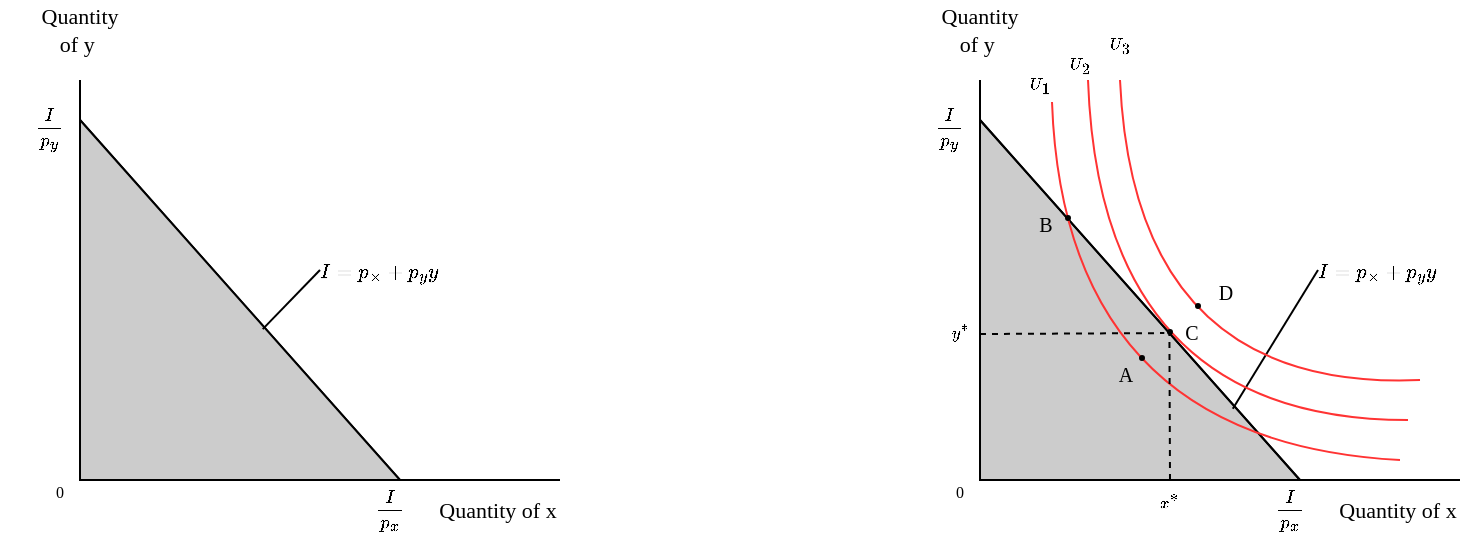
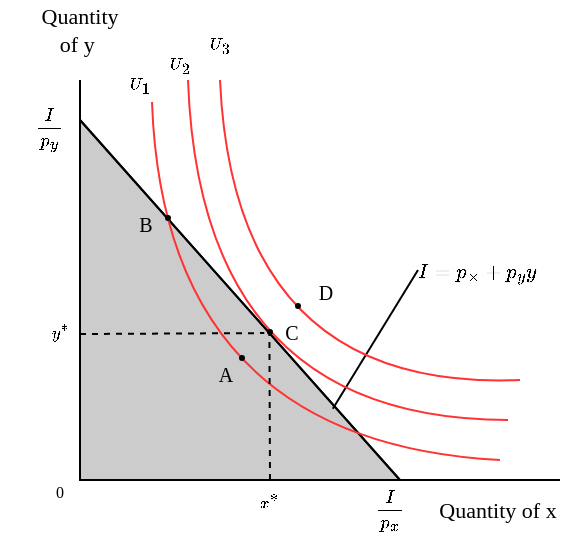
<mxfile host="app.diagrams.net">
  <diagram name="第 1 页" id="rVD2owS_2f3hyvUlyj3O">
    <mxGraphModel dx="553" dy="304" grid="1" gridSize="10" guides="1" tooltips="1" connect="1" arrows="1" fold="1" page="1" pageScale="1" pageWidth="827" pageHeight="1169" math="1" shadow="0">
      <root>
        <mxCell id="0" />
        <mxCell id="1" parent="0" />
-         <mxCell id="XGt2oDZmyKcjc_1oCb_j-1" edge="1" parent="1" style="endArrow=none;html=1;rounded=0;" value="">
-           <mxGeometry height="50" relative="1" width="50" as="geometry">
-             <mxPoint x="160" y="280" as="sourcePoint" />
-             <mxPoint x="400" y="280" as="targetPoint" />
-           </mxGeometry>
-         </mxCell>
-         <mxCell id="XGt2oDZmyKcjc_1oCb_j-2" edge="1" parent="1" style="endArrow=none;html=1;rounded=0;" value="">
-           <mxGeometry height="50" relative="1" width="50" as="geometry">
-             <mxPoint x="160" y="280" as="sourcePoint" />
-             <mxPoint x="160" y="80" as="targetPoint" />
-           </mxGeometry>
-         </mxCell>
-         <mxCell id="XGt2oDZmyKcjc_1oCb_j-3" parent="1" style="text;html=1;whiteSpace=wrap;strokeColor=none;fillColor=none;align=center;verticalAlign=middle;rounded=0;fontSize=11;" value="&lt;font face=&quot;Times New Roman&quot;&gt;Quantity of x&lt;/font&gt;" vertex="1">
-           <mxGeometry height="30" width="80" x="329" y="280" as="geometry" />
-         </mxCell>
-         <mxCell id="XGt2oDZmyKcjc_1oCb_j-4" parent="1" style="text;html=1;whiteSpace=wrap;strokeColor=none;fillColor=none;align=center;verticalAlign=middle;rounded=0;fontSize=11;" value="&lt;font face=&quot;Times New Roman&quot;&gt;Quantity&lt;/font&gt;&lt;div&gt;&lt;font face=&quot;Times New Roman&quot;&gt;of y&amp;nbsp;&lt;/font&gt;&lt;/div&gt;" vertex="1">
-           <mxGeometry height="30" width="80" x="120" y="40" as="geometry" />
-         </mxCell>
-         <mxCell id="XGt2oDZmyKcjc_1oCb_j-5" edge="1" parent="1" style="endArrow=none;html=1;rounded=0;" value="">
-           <mxGeometry height="50" relative="1" width="50" as="geometry">
-             <mxPoint x="160" y="100" as="sourcePoint" />
-             <mxPoint x="320" y="280" as="targetPoint" />
-           </mxGeometry>
-         </mxCell>
-         <mxCell id="XGt2oDZmyKcjc_1oCb_j-7" parent="1" style="verticalLabelPosition=bottom;verticalAlign=top;html=1;shape=mxgraph.basic.orthogonal_triangle;fillColor=#CCCCCC;" value="" vertex="1">
-           <mxGeometry height="180" width="160" x="160" y="100" as="geometry" />
-         </mxCell>
-         <mxCell id="XGt2oDZmyKcjc_1oCb_j-8" parent="1" style="text;html=1;whiteSpace=wrap;strokeColor=none;fillColor=none;align=center;verticalAlign=middle;rounded=0;" value="&lt;font face=&quot;Times New Roman&quot; style=&quot;font-size: 9px;&quot;&gt;`\frac{I}{p_y}`&lt;/font&gt;" vertex="1">
-           <mxGeometry height="30" width="30" x="130" y="90" as="geometry" />
-         </mxCell>
-         <mxCell id="XGt2oDZmyKcjc_1oCb_j-9" parent="1" style="text;html=1;whiteSpace=wrap;strokeColor=none;fillColor=none;align=center;verticalAlign=middle;rounded=0;" value="&lt;font face=&quot;Times New Roman&quot; style=&quot;font-size: 9px;&quot;&gt;`\frac{I}{p_x}`&lt;/font&gt;" vertex="1">
-           <mxGeometry height="30" width="30" x="300" y="280" as="geometry" />
-         </mxCell>
-         <mxCell id="XGt2oDZmyKcjc_1oCb_j-10" parent="1" style="text;html=1;whiteSpace=wrap;strokeColor=none;fillColor=none;align=center;verticalAlign=middle;rounded=0;" value="&lt;font face=&quot;Times New Roman&quot;&gt;&lt;span style=&quot;font-size: 10px;&quot;&gt;`I=p_xx+p_yy`&lt;/span&gt;&lt;/font&gt;" vertex="1">
-           <mxGeometry height="30" width="60" x="280" y="160" as="geometry" />
-         </mxCell>
-         <mxCell id="XGt2oDZmyKcjc_1oCb_j-11" edge="1" parent="1" source="XGt2oDZmyKcjc_1oCb_j-10" style="rounded=0;orthogonalLoop=1;jettySize=auto;html=1;entryX=0.571;entryY=0.581;entryDx=0;entryDy=0;entryPerimeter=0;endArrow=none;endFill=0;exitX=0;exitY=0.5;exitDx=0;exitDy=0;" target="XGt2oDZmyKcjc_1oCb_j-7">
-           <mxGeometry relative="1" as="geometry" />
-         </mxCell>
        <mxCell id="ITpWLFl8DZScjxPsJFJA-1" edge="1" parent="1" style="endArrow=none;html=1;rounded=0;" value="">
          <mxGeometry height="50" relative="1" width="50" as="geometry">
            <mxPoint x="610" y="280" as="sourcePoint" />
            <mxPoint x="850" y="280" as="targetPoint" />
          </mxGeometry>
        </mxCell>
        <mxCell id="ITpWLFl8DZScjxPsJFJA-2" edge="1" parent="1" style="endArrow=none;html=1;rounded=0;" value="">
          <mxGeometry height="50" relative="1" width="50" as="geometry">
            <mxPoint x="610" y="280" as="sourcePoint" />
            <mxPoint x="610" y="80" as="targetPoint" />
          </mxGeometry>
        </mxCell>
        <mxCell id="ITpWLFl8DZScjxPsJFJA-3" parent="1" style="text;html=1;whiteSpace=wrap;strokeColor=none;fillColor=none;align=center;verticalAlign=middle;rounded=0;fontSize=11;" value="&lt;font face=&quot;Times New Roman&quot;&gt;Quantity of x&lt;/font&gt;" vertex="1">
          <mxGeometry height="30" width="80" x="779" y="280" as="geometry" />
        </mxCell>
        <mxCell id="ITpWLFl8DZScjxPsJFJA-6" parent="1" style="verticalLabelPosition=bottom;verticalAlign=top;html=1;shape=mxgraph.basic.orthogonal_triangle;fillColor=#CCCCCC;" value="" vertex="1">
          <mxGeometry height="180" width="160" x="610" y="100" as="geometry" />
        </mxCell>
        <mxCell id="ITpWLFl8DZScjxPsJFJA-4" parent="1" style="text;html=1;whiteSpace=wrap;strokeColor=none;fillColor=none;align=center;verticalAlign=middle;rounded=0;fontSize=11;" value="&lt;font face=&quot;Times New Roman&quot;&gt;Quantity&lt;/font&gt;&lt;div&gt;&lt;font face=&quot;Times New Roman&quot;&gt;of y&amp;nbsp;&lt;/font&gt;&lt;/div&gt;" vertex="1">
          <mxGeometry height="30" width="80" x="570" y="40" as="geometry" />
        </mxCell>
        <mxCell id="ITpWLFl8DZScjxPsJFJA-5" edge="1" parent="1" style="endArrow=none;html=1;rounded=0;" value="">
          <mxGeometry height="50" relative="1" width="50" as="geometry">
            <mxPoint x="610" y="100" as="sourcePoint" />
            <mxPoint x="770" y="280" as="targetPoint" />
          </mxGeometry>
        </mxCell>
        <mxCell id="ITpWLFl8DZScjxPsJFJA-7" parent="1" style="text;html=1;whiteSpace=wrap;strokeColor=none;fillColor=none;align=center;verticalAlign=middle;rounded=0;" value="&lt;font face=&quot;Times New Roman&quot; style=&quot;font-size: 9px;&quot;&gt;`\frac{I}{p_y}`&lt;/font&gt;" vertex="1">
          <mxGeometry height="30" width="30" x="580" y="90" as="geometry" />
        </mxCell>
        <mxCell id="ITpWLFl8DZScjxPsJFJA-8" parent="1" style="text;html=1;whiteSpace=wrap;strokeColor=none;fillColor=none;align=center;verticalAlign=middle;rounded=0;" value="&lt;font face=&quot;Times New Roman&quot; style=&quot;font-size: 9px;&quot;&gt;`\frac{I}{p_x}`&lt;/font&gt;" vertex="1">
          <mxGeometry height="30" width="30" x="750" y="280" as="geometry" />
        </mxCell>
        <mxCell id="ITpWLFl8DZScjxPsJFJA-9" parent="1" style="text;html=1;whiteSpace=wrap;strokeColor=none;fillColor=none;align=center;verticalAlign=middle;rounded=0;" value="&lt;font face=&quot;Times New Roman&quot;&gt;&lt;span style=&quot;font-size: 10px;&quot;&gt;`I=p_xx+p_yy`&lt;/span&gt;&lt;/font&gt;" vertex="1">
          <mxGeometry height="30" width="60" x="779" y="160" as="geometry" />
        </mxCell>
        <mxCell id="ITpWLFl8DZScjxPsJFJA-10" edge="1" parent="1" source="ITpWLFl8DZScjxPsJFJA-9" style="rounded=0;orthogonalLoop=1;jettySize=auto;html=1;entryX=0.79;entryY=0.802;entryDx=0;entryDy=0;entryPerimeter=0;endArrow=none;endFill=0;exitX=0;exitY=0.5;exitDx=0;exitDy=0;" target="ITpWLFl8DZScjxPsJFJA-6">
          <mxGeometry relative="1" as="geometry" />
        </mxCell>
        <mxCell id="ITpWLFl8DZScjxPsJFJA-11" edge="1" parent="1" style="endArrow=none;html=1;rounded=0;curved=1;strokeColor=#FF3333;" value="">
          <mxGeometry height="50" relative="1" width="50" as="geometry">
            <Array as="points">
              <mxPoint x="670" y="250" />
            </Array>
            <mxPoint x="824" y="250" as="sourcePoint" />
            <mxPoint x="664" y="80" as="targetPoint" />
          </mxGeometry>
        </mxCell>
        <mxCell id="ITpWLFl8DZScjxPsJFJA-12" edge="1" parent="1" style="endArrow=none;html=1;rounded=0;curved=1;strokeColor=#FF3333;" value="">
          <mxGeometry height="50" relative="1" width="50" as="geometry">
            <Array as="points">
              <mxPoint x="652" y="261" />
            </Array>
            <mxPoint x="820" y="270" as="sourcePoint" />
            <mxPoint x="646" y="91" as="targetPoint" />
          </mxGeometry>
        </mxCell>
        <mxCell id="ITpWLFl8DZScjxPsJFJA-13" edge="1" parent="1" style="endArrow=none;html=1;rounded=0;curved=1;strokeColor=#FF3333;" value="">
          <mxGeometry height="50" relative="1" width="50" as="geometry">
            <Array as="points">
              <mxPoint x="687" y="236" />
            </Array>
            <mxPoint x="830" y="230" as="sourcePoint" />
            <mxPoint x="680" y="80" as="targetPoint" />
          </mxGeometry>
        </mxCell>
        <mxCell id="ITpWLFl8DZScjxPsJFJA-14" parent="1" style="text;html=1;whiteSpace=wrap;strokeColor=none;fillColor=none;align=center;verticalAlign=middle;rounded=0;" value="&lt;font face=&quot;Times New Roman&quot; style=&quot;font-size: 8px;&quot;&gt;`U_1`&lt;/font&gt;" vertex="1">
          <mxGeometry height="20" width="20" x="630" y="70" as="geometry" />
        </mxCell>
        <mxCell id="ITpWLFl8DZScjxPsJFJA-15" parent="1" style="text;html=1;whiteSpace=wrap;strokeColor=none;fillColor=none;align=center;verticalAlign=middle;rounded=0;" value="&lt;font face=&quot;Times New Roman&quot; style=&quot;font-size: 8px;&quot;&gt;`U_2`&lt;/font&gt;" vertex="1">
          <mxGeometry height="20" width="20" x="650" y="60" as="geometry" />
        </mxCell>
        <mxCell id="ITpWLFl8DZScjxPsJFJA-16" parent="1" style="text;html=1;whiteSpace=wrap;strokeColor=none;fillColor=none;align=center;verticalAlign=middle;rounded=0;" value="&lt;font face=&quot;Times New Roman&quot; style=&quot;font-size: 8px;&quot;&gt;`U_3`&lt;/font&gt;" vertex="1">
          <mxGeometry height="20" width="20" x="670" y="50" as="geometry" />
        </mxCell>
        <mxCell id="ITpWLFl8DZScjxPsJFJA-17" parent="1" style="ellipse;whiteSpace=wrap;html=1;aspect=fixed;fillColor=#000000;" value="" vertex="1">
          <mxGeometry height="2" width="2" x="704" y="205" as="geometry" />
        </mxCell>
        <mxCell id="ITpWLFl8DZScjxPsJFJA-18" parent="1" style="text;html=1;whiteSpace=wrap;strokeColor=none;fillColor=none;align=center;verticalAlign=middle;rounded=0;" value="&lt;font face=&quot;Times New Roman&quot;&gt;&lt;span style=&quot;font-size: 10px;&quot;&gt;C&lt;/span&gt;&lt;/font&gt;" vertex="1">
          <mxGeometry height="16" width="14" x="709" y="198" as="geometry" />
        </mxCell>
        <mxCell id="ITpWLFl8DZScjxPsJFJA-19" parent="1" style="text;html=1;whiteSpace=wrap;strokeColor=none;fillColor=none;align=center;verticalAlign=middle;rounded=0;" value="&lt;font face=&quot;Times New Roman&quot;&gt;&lt;span style=&quot;font-size: 10px;&quot;&gt;B&lt;/span&gt;&lt;/font&gt;" vertex="1">
          <mxGeometry height="16" width="14" x="636" y="144" as="geometry" />
        </mxCell>
        <mxCell id="ITpWLFl8DZScjxPsJFJA-20" parent="1" style="text;html=1;whiteSpace=wrap;strokeColor=none;fillColor=none;align=center;verticalAlign=middle;rounded=0;" value="&lt;font face=&quot;Times New Roman&quot;&gt;&lt;span style=&quot;font-size: 10px;&quot;&gt;A&lt;/span&gt;&lt;/font&gt;" vertex="1">
          <mxGeometry height="16" width="14" x="676" y="219" as="geometry" />
        </mxCell>
        <mxCell id="ITpWLFl8DZScjxPsJFJA-21" parent="1" style="text;html=1;whiteSpace=wrap;strokeColor=none;fillColor=none;align=center;verticalAlign=middle;rounded=0;" value="&lt;font face=&quot;Times New Roman&quot;&gt;&lt;span style=&quot;font-size: 10px;&quot;&gt;D&lt;/span&gt;&lt;/font&gt;" vertex="1">
          <mxGeometry height="16" width="14" x="726" y="178" as="geometry" />
        </mxCell>
        <mxCell id="ITpWLFl8DZScjxPsJFJA-22" parent="1" style="ellipse;whiteSpace=wrap;html=1;aspect=fixed;fillColor=#000000;" value="" vertex="1">
          <mxGeometry height="2" width="2" x="718" y="192.00000000000006" as="geometry" />
        </mxCell>
        <mxCell id="ITpWLFl8DZScjxPsJFJA-23" parent="1" style="ellipse;whiteSpace=wrap;html=1;aspect=fixed;fillColor=#000000;" value="" vertex="1">
          <mxGeometry height="2" width="2" x="690" y="218.00000000000006" as="geometry" />
        </mxCell>
        <mxCell id="ITpWLFl8DZScjxPsJFJA-24" parent="1" style="ellipse;whiteSpace=wrap;html=1;aspect=fixed;fillColor=#000000;" value="" vertex="1">
          <mxGeometry height="2" width="2" x="653" y="148.00000000000006" as="geometry" />
        </mxCell>
        <mxCell id="ITpWLFl8DZScjxPsJFJA-25" edge="1" parent="1" style="endArrow=none;dashed=1;html=1;rounded=0;entryX=0.576;entryY=0.603;entryDx=0;entryDy=0;entryPerimeter=0;strokeWidth=1;" value="">
          <mxGeometry height="50" relative="1" width="50" as="geometry">
            <mxPoint x="610" y="207" as="sourcePoint" />
            <mxPoint x="702.1599999999999" y="206.53999999999996" as="targetPoint" />
          </mxGeometry>
        </mxCell>
        <mxCell id="ITpWLFl8DZScjxPsJFJA-26" edge="1" parent="1" source="ITpWLFl8DZScjxPsJFJA-27" style="endArrow=none;dashed=1;html=1;rounded=0;entryX=1;entryY=1;entryDx=0;entryDy=0;exitX=0.5;exitY=0;exitDx=0;exitDy=0;" value="">
          <mxGeometry height="50" relative="1" width="50" as="geometry">
            <mxPoint x="704.52" y="281.43999999999994" as="sourcePoint" />
            <mxPoint x="704.7071067812519" y="206.70710678125158" as="targetPoint" />
          </mxGeometry>
        </mxCell>
        <mxCell id="ITpWLFl8DZScjxPsJFJA-27" parent="1" style="text;html=1;whiteSpace=wrap;strokeColor=none;fillColor=none;align=center;verticalAlign=middle;rounded=0;" value="&lt;font face=&quot;Times New Roman&quot; style=&quot;font-size: 8px;&quot;&gt;`x^\ast`&lt;/font&gt;" vertex="1">
          <mxGeometry height="20" width="20" x="695" y="280" as="geometry" />
        </mxCell>
        <mxCell id="ITpWLFl8DZScjxPsJFJA-29" parent="1" style="text;html=1;whiteSpace=wrap;strokeColor=none;fillColor=none;align=center;verticalAlign=middle;rounded=0;" value="&lt;font face=&quot;Times New Roman&quot; style=&quot;font-size: 8px;&quot;&gt;`y^\ast`&lt;/font&gt;" vertex="1">
          <mxGeometry height="20" width="20" x="590" y="195" as="geometry" />
        </mxCell>
        <mxCell id="ITpWLFl8DZScjxPsJFJA-30" parent="1" style="text;html=1;whiteSpace=wrap;strokeColor=none;fillColor=none;align=center;verticalAlign=middle;rounded=0;" value="&lt;font face=&quot;Times New Roman&quot; style=&quot;font-size: 8px;&quot;&gt;0&lt;/font&gt;" vertex="1">
          <mxGeometry height="10" width="20" x="590" y="280" as="geometry" />
        </mxCell>
-         <mxCell id="ITpWLFl8DZScjxPsJFJA-31" parent="1" style="text;html=1;whiteSpace=wrap;strokeColor=none;fillColor=none;align=center;verticalAlign=middle;rounded=0;" value="&lt;font face=&quot;Times New Roman&quot; style=&quot;font-size: 8px;&quot;&gt;0&lt;/font&gt;" vertex="1">
-           <mxGeometry height="10" width="20" x="140" y="280" as="geometry" />
-         </mxCell>
      </root>
    </mxGraphModel>
  </diagram>
</mxfile>
